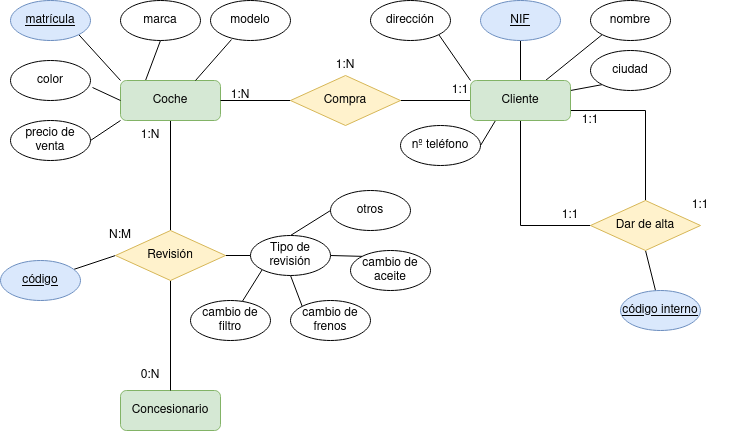
This is Unidad-1/Tareas/Tarea-5/Ejercicio6.drawio.png from LuisMGlez/base-datos, a draw.io export, as it was before one commit. Source tidied: cells renumbered, new cells last; positions are measured from the earlier drawing's top-left corner, leaving out a move shared by most shapes.
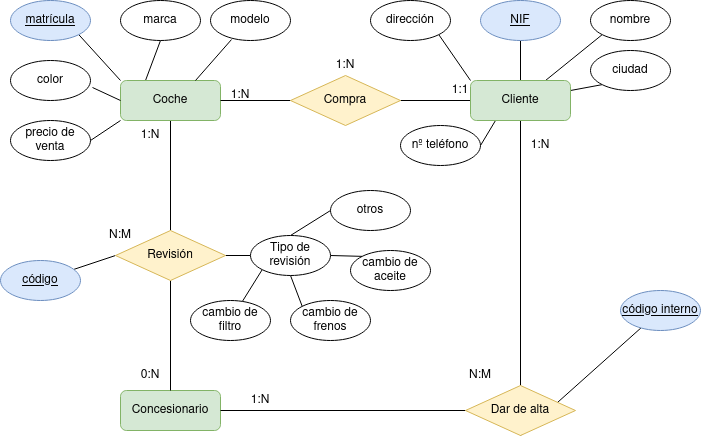
Above is the later version.

Change to the diagram source:
```diff
@@ -20,12 +20,6 @@
     <mxCell id="7" value="Coche" style="rounded=1;whiteSpace=wrap;html=1;fillColor=#d5e8d4;strokeColor=#82b366;" parent="1" vertex="1">
       <mxGeometry x="120" y="80" width="100" height="40" as="geometry" />
     </mxCell>
-    <mxCell id="8" style="edgeStyle=orthogonalEdgeStyle;rounded=0;jettySize=auto;html=1;exitX=0.5;exitY=1;exitDx=0;exitDy=0;entryX=0;entryY=0.5;entryDx=0;entryDy=0;endArrow=none;endFill=0;" parent="1" edge="1" source="16" target="24">
-      <mxGeometry relative="1" as="geometry" />
-    </mxCell>
-    <mxCell id="9" style="edgeStyle=orthogonalEdgeStyle;rounded=0;jettySize=auto;html=1;exitX=1;exitY=0.75;exitDx=0;exitDy=0;entryX=0.5;entryY=0;entryDx=0;entryDy=0;endArrow=none;endFill=0;" parent="1" edge="1" source="16" target="24">
-      <mxGeometry relative="1" as="geometry" />
-    </mxCell>
     <mxCell id="10" style="edgeStyle=orthogonalEdgeStyle;rounded=0;jettySize=auto;html=1;exitX=0;exitY=0.5;exitDx=0;exitDy=0;entryX=1;entryY=0.5;entryDx=0;entryDy=0;endArrow=none;endFill=0;" parent="1" edge="1" source="16" target="18">
       <mxGeometry relative="1" as="geometry" />
     </mxCell>
@@ -44,6 +38,9 @@
     <mxCell id="15" style="rounded=0;jettySize=auto;html=1;exitX=1;exitY=0.25;exitDx=0;exitDy=0;entryX=0;entryY=1;entryDx=0;entryDy=0;endArrow=none;endFill=0;" parent="1" edge="1" source="16" target="29">
       <mxGeometry relative="1" as="geometry" />
     </mxCell>
+    <mxCell id="57" style="edgeStyle=orthogonalEdgeStyle;rounded=0;jettySize=auto;html=1;exitX=0.5;exitY=1;exitDx=0;exitDy=0;entryX=0.5;entryY=0;entryDx=0;entryDy=0;endArrow=none;endFill=0;" parent="1" edge="1" source="16" target="24">
+      <mxGeometry relative="1" as="geometry" />
+    </mxCell>
     <mxCell id="16" value="Cliente" style="rounded=1;whiteSpace=wrap;html=1;fillColor=#d5e8d4;strokeColor=#82b366;" parent="1" vertex="1">
       <mxGeometry x="470" y="80" width="100" height="40" as="geometry" />
     </mxCell>
@@ -68,8 +65,11 @@
     <mxCell id="23" style="rounded=0;jettySize=auto;html=1;exitX=0.5;exitY=1;exitDx=0;exitDy=0;endArrow=none;endFill=0;" parent="1" edge="1" source="24" target="27">
       <mxGeometry relative="1" as="geometry" />
     </mxCell>
+    <mxCell id="58" style="edgeStyle=orthogonalEdgeStyle;rounded=0;jettySize=auto;html=1;exitX=0;exitY=0.5;exitDx=0;exitDy=0;endArrow=none;endFill=0;" parent="1" edge="1" source="24" target="2">
+      <mxGeometry relative="1" as="geometry" />
+    </mxCell>
     <mxCell id="24" value="Dar de alta" style="rhombus;whiteSpace=wrap;html=1;fillColor=#fff2cc;strokeColor=#d6b656;" parent="1" vertex="1">
-      <mxGeometry x="590" y="200" width="110" height="50" as="geometry" />
+      <mxGeometry x="465" y="385" width="110" height="50" as="geometry" />
     </mxCell>
     <mxCell id="25" value="cambio de filtro" style="ellipse;whiteSpace=wrap;html=1;" parent="1" vertex="1">
       <mxGeometry x="190" y="300" width="80" height="40" as="geometry" />
@@ -158,14 +158,14 @@
     <mxCell id="53" value="N:M" style="text;strokeColor=none;align=center;fillColor=none;html=1;verticalAlign=middle;whiteSpace=wrap;rounded=0;" parent="1" vertex="1">
       <mxGeometry x="90" y="220" width="60" height="30" as="geometry" />
     </mxCell>
-    <mxCell id="54" value="1:1" style="text;strokeColor=none;align=center;fillColor=none;html=1;verticalAlign=middle;whiteSpace=wrap;rounded=0;" parent="1" vertex="1">
-      <mxGeometry x="540" y="200" width="60" height="30" as="geometry" />
+    <mxCell id="54" value="N:M" style="text;strokeColor=none;align=center;fillColor=none;html=1;verticalAlign=middle;whiteSpace=wrap;rounded=0;" parent="1" vertex="1">
+      <mxGeometry x="450" y="360" width="60" height="30" as="geometry" />
     </mxCell>
-    <mxCell id="55" value="1:1" style="text;strokeColor=none;align=center;fillColor=none;html=1;verticalAlign=middle;whiteSpace=wrap;rounded=0;" parent="1" vertex="1">
-      <mxGeometry x="560" y="105" width="60" height="30" as="geometry" />
+    <mxCell id="55" value="1:N" style="text;strokeColor=none;align=center;fillColor=none;html=1;verticalAlign=middle;whiteSpace=wrap;rounded=0;" parent="1" vertex="1">
+      <mxGeometry x="510" y="130" width="60" height="30" as="geometry" />
     </mxCell>
-    <mxCell id="56" value="1:1" style="text;strokeColor=none;align=center;fillColor=none;html=1;verticalAlign=middle;whiteSpace=wrap;rounded=0;" parent="1" vertex="1">
-      <mxGeometry x="670" y="190" width="60" height="30" as="geometry" />
+    <mxCell id="56" value="1:N" style="text;strokeColor=none;align=center;fillColor=none;html=1;verticalAlign=middle;whiteSpace=wrap;rounded=0;" parent="1" vertex="1">
+      <mxGeometry x="230" y="385" width="60" height="30" as="geometry" />
     </mxCell>
   </root>
 </mxGraphModel>
```
